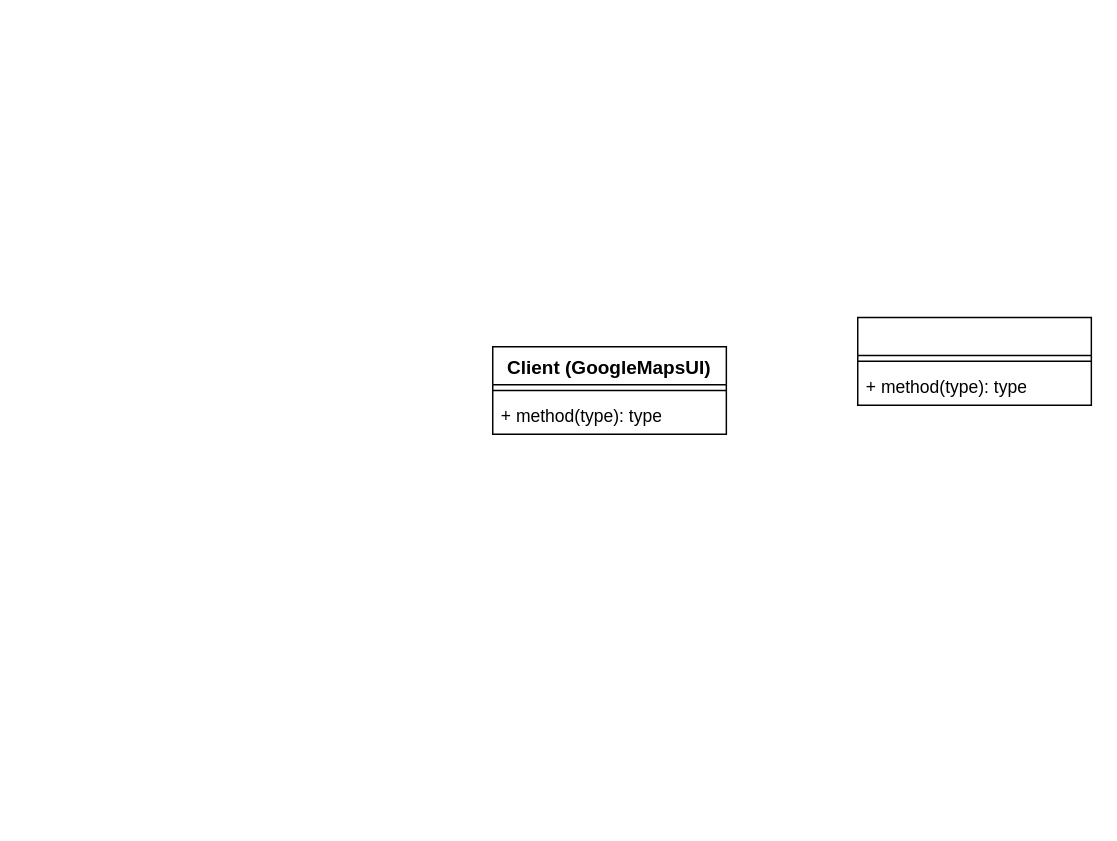
mervepakcan/Career-Path-App--Software-Development-Project- keeps this draw.io diagram as Facade_Design_Pattern_Google.drawio. Above is the earlier version. Source tidied: cells renumbered, new cells numbered last; positions are measured from the earlier drawing's top-left corner, leaving out a move shared by most shapes. Both pictures are drawn from the tidied source at 146%, with x=0, y=0 at pixel (492, 317).
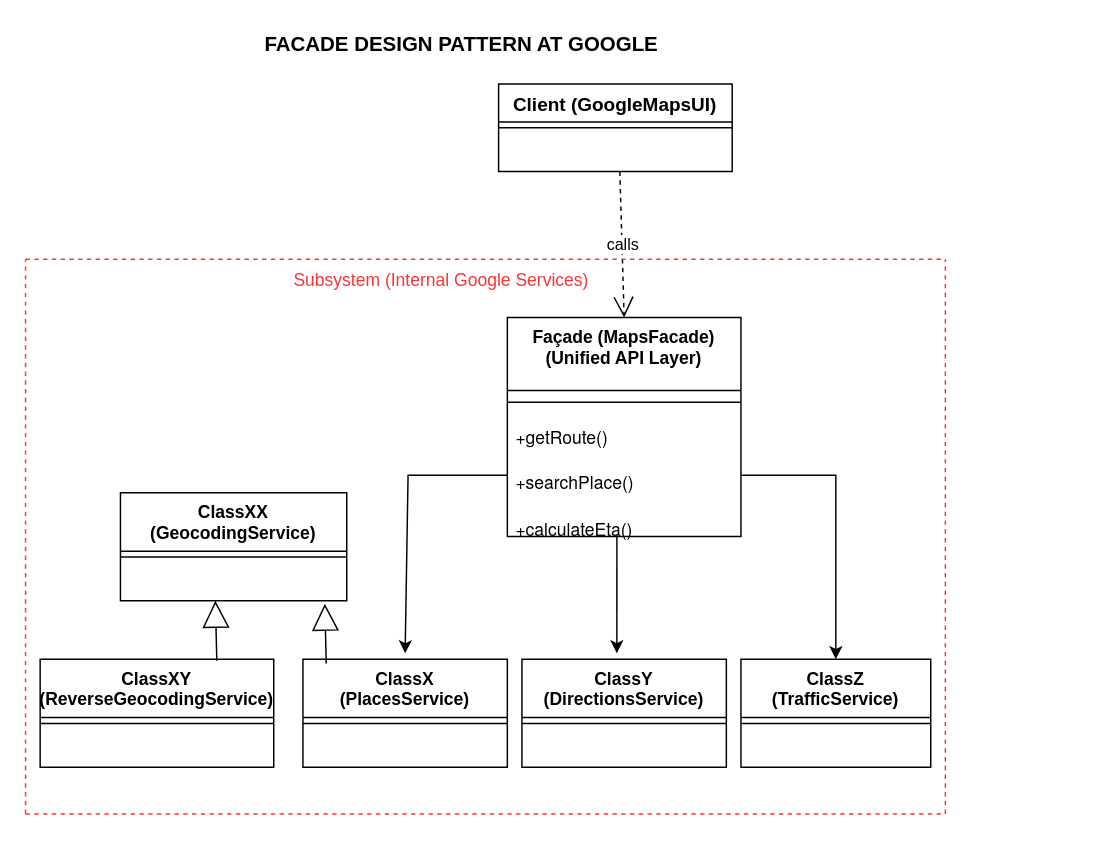
The same diagram, later.

What changed in the source:
```diff
@@
     <mxCell id="2" value="&lt;span style=&quot;text-align: start;&quot;&gt;&lt;font style=&quot;font-size: 13px;&quot;&gt;Client (GoogleMapsUI)&lt;/font&gt;&lt;/span&gt;" style="swimlane;fontStyle=1;align=center;verticalAlign=top;horizontal=1;startSize=26;whiteSpace=wrap;html=1;" parent="1" vertex="1">
-      <mxGeometry y="20" width="160" height="60" as="geometry" />
+      <mxGeometry x="4" y="-160" width="160" height="60" as="geometry" />
     </mxCell>
@@
-    <mxCell id="4" value="+ method(type): type" style="text;strokeColor=none;fillColor=none;align=left;verticalAlign=top;spacingLeft=4;spacingRight=4;overflow=hidden;points=[[0,0.5],[1,0.5]];portConstraint=eastwest;whiteSpace=wrap;html=1;" parent="2" vertex="1">
+    <mxCell id="4" value="&amp;nbsp; &amp;nbsp; &amp;nbsp; &amp;nbsp; &amp;nbsp; &amp;nbsp;&amp;nbsp;" style="text;strokeColor=none;fillColor=none;align=left;verticalAlign=top;spacingLeft=4;spacingRight=4;overflow=hidden;points=[[0,0.5],[1,0.5]];portConstraint=eastwest;whiteSpace=wrap;html=1;" parent="2" vertex="1">
       <mxGeometry y="34" width="160" height="26" as="geometry" />
     </mxCell>
-    <mxCell id="5" style="swimlane;fontStyle=1;align=center;verticalAlign=top;horizontal=1;startSize=26;whiteSpace=wrap;html=1;" parent="1" vertex="1">
-      <mxGeometry x="250" width="160" height="60" as="geometry" />
+    <mxCell id="5" value="Façade (MapsFacade)&lt;div&gt;&lt;span style=&quot;text-align: start;&quot;&gt;&lt;font&gt;(Unified API Layer)&lt;/font&gt;&lt;/span&gt;&lt;br&gt;&lt;/div&gt;" style="swimlane;fontStyle=1;align=center;verticalAlign=top;horizontal=1;startSize=50;whiteSpace=wrap;html=1;" parent="1" vertex="1">
+      <mxGeometry x="10" width="160" height="150" as="geometry" />
     </mxCell>
     <mxCell id="6" style="line;strokeWidth=1;fillColor=none;align=left;verticalAlign=middle;spacingTop=-1;spacingLeft=3;spacingRight=3;labelPosition=right;strokeColor=inherit;" parent="5" vertex="1">
-      <mxGeometry y="26" width="160" height="8" as="geometry" />
+      <mxGeometry y="50" width="160" height="16" as="geometry" />
     </mxCell>
-    <mxCell id="7" value="+ method(type): type" style="text;strokeColor=none;fillColor=none;align=left;verticalAlign=top;spacingLeft=4;spacingRight=4;overflow=hidden;points=[[0,0.5],[1,0.5]];portConstraint=eastwest;whiteSpace=wrap;html=1;" parent="5" vertex="1">
-      <mxGeometry y="34" width="160" height="26" as="geometry" />
+    <mxCell id="7" value="&lt;p style=&quot;margin: 0px; font-style: normal; font-variant-caps: normal; font-width: normal; line-height: normal; font-family: &amp;quot;Helvetica Neue&amp;quot;; font-size-adjust: none; font-kerning: auto; font-variant-alternates: normal; font-variant-ligatures: normal; font-variant-numeric: normal; font-variant-east-asian: normal; font-variant-position: normal; font-feature-settings: normal; font-optical-sizing: auto; font-variation-settings: normal;&quot;&gt;&lt;font&gt;+getRoute()&lt;/font&gt;&lt;/p&gt;&lt;font&gt;&lt;br&gt;&lt;/font&gt;&lt;p style=&quot;margin: 0px; font-style: normal; font-variant-caps: normal; font-width: normal; line-height: normal; font-family: &amp;quot;Helvetica Neue&amp;quot;; font-size-adjust: none; font-kerning: auto; font-variant-alternates: normal; font-variant-ligatures: normal; font-variant-numeric: normal; font-variant-east-asian: normal; font-variant-position: normal; font-feature-settings: normal; font-optical-sizing: auto; font-variation-settings: normal;&quot;&gt;&lt;font&gt;+searchPlace()&lt;/font&gt;&lt;/p&gt;&lt;font&gt;&lt;br&gt;&lt;/font&gt;&lt;p style=&quot;margin: 0px; font-style: normal; font-variant-caps: normal; font-width: normal; line-height: normal; font-family: &amp;quot;Helvetica Neue&amp;quot;; font-size-adjust: none; font-kerning: auto; font-variant-alternates: normal; font-variant-ligatures: normal; font-variant-numeric: normal; font-variant-east-asian: normal; font-variant-position: normal; font-feature-settings: normal; font-optical-sizing: auto; font-variation-settings: normal;&quot;&gt;&lt;font&gt;+calculateEta()&lt;/font&gt;&lt;/p&gt;&lt;div&gt;&lt;br&gt;&lt;/div&gt;" style="text;strokeColor=none;fillColor=none;align=left;verticalAlign=top;spacingLeft=4;spacingRight=4;overflow=hidden;points=[[0,0.5],[1,0.5]];portConstraint=eastwest;whiteSpace=wrap;html=1;" parent="5" vertex="1">
+      <mxGeometry y="66" width="160" height="84" as="geometry" />
     </mxCell>
+    <mxCell id="8" value="calls" style="endArrow=open;endSize=12;dashed=1;html=1;rounded=0;exitX=0.519;exitY=1;exitDx=0;exitDy=0;exitPerimeter=0;entryX=0.5;entryY=0;entryDx=0;entryDy=0;" parent="1" edge="1" source="4" target="5">
+      <mxGeometry relative="1" as="geometry" />
+    </mxCell>
+    <mxCell id="9" style="endArrow=none;dashed=1;html=1;rounded=0;strokeColor=light-dark(#ff4013, #ededed);" parent="1" edge="1">
+      <mxGeometry relative="1" as="geometry">
+        <mxPoint x="-320" y="340" as="sourcePoint" />
+        <mxPoint x="-320" y="-40" as="targetPoint" />
+      </mxGeometry>
+    </mxCell>
+    <mxCell id="10" style="endArrow=none;dashed=1;html=1;rounded=0;strokeColor=#FF3333;" parent="1" edge="1">
+      <mxGeometry relative="1" as="geometry">
+        <mxPoint x="-320" y="-40" as="sourcePoint" />
+        <mxPoint x="310" y="-40" as="targetPoint" />
+      </mxGeometry>
+    </mxCell>
+    <mxCell id="11" style="endArrow=none;dashed=1;html=1;rounded=0;strokeColor=#FF3333;" parent="1" edge="1">
+      <mxGeometry relative="1" as="geometry">
+        <mxPoint x="310" y="340" as="sourcePoint" />
+        <mxPoint x="310" y="-40" as="targetPoint" />
+      </mxGeometry>
+    </mxCell>
+    <mxCell id="12" style="endArrow=none;dashed=1;html=1;rounded=0;strokeColor=#FF3333;" parent="1" edge="1">
+      <mxGeometry relative="1" as="geometry">
+        <mxPoint x="-320" y="340" as="sourcePoint" />
+        <mxPoint x="310" y="340" as="targetPoint" />
+      </mxGeometry>
+    </mxCell>
+    <mxCell id="13" value="&lt;span style=&quot;color: rgb(255, 51, 51);&quot;&gt;Subsystem (Internal Google Services)&lt;/span&gt;" style="text;html=1;whiteSpace=wrap;strokeColor=none;fillColor=none;align=center;verticalAlign=middle;rounded=0;" parent="1" vertex="1">
+      <mxGeometry x="-150" y="-50" width="230" height="50" as="geometry" />
+    </mxCell>
+    <mxCell id="14" value="&lt;font&gt;&lt;span style=&quot;text-align: start;&quot;&gt;ClassXX (&lt;/span&gt;&lt;strong style=&quot;text-align: start;&quot;&gt;GeocodingService)&lt;/strong&gt;&lt;/font&gt;" style="swimlane;fontStyle=1;align=center;verticalAlign=top;horizontal=1;startSize=40;whiteSpace=wrap;html=1;" parent="1" vertex="1">
+      <mxGeometry x="-255" y="120" width="155" height="74" as="geometry" />
+    </mxCell>
+    <mxCell id="15" style="line;strokeWidth=1;fillColor=none;align=left;verticalAlign=middle;spacingTop=-1;spacingLeft=3;spacingRight=3;labelPosition=right;strokeColor=inherit;" parent="14" vertex="1">
+      <mxGeometry y="40" width="155" height="8" as="geometry" />
+    </mxCell>
+    <mxCell id="16" value="&amp;nbsp; &amp;nbsp; &amp;nbsp; &amp;nbsp; &amp;nbsp; &amp;nbsp;&amp;nbsp;" style="text;strokeColor=none;fillColor=none;align=left;verticalAlign=top;spacingLeft=4;spacingRight=4;overflow=hidden;points=[[0,0.5],[1,0.5]];portConstraint=eastwest;whiteSpace=wrap;html=1;" parent="14" vertex="1">
+      <mxGeometry y="48" width="155" height="26" as="geometry" />
+    </mxCell>
+    <mxCell id="17" value="&lt;span style=&quot;text-align: start;&quot;&gt;ClassXY (&lt;/span&gt;&lt;strong style=&quot;text-align: start;&quot;&gt;&lt;strong&gt;ReverseGeocodingService&lt;/strong&gt;)&lt;/strong&gt;" style="swimlane;fontStyle=1;align=center;verticalAlign=top;horizontal=1;startSize=40;whiteSpace=wrap;html=1;" parent="1" vertex="1">
+      <mxGeometry x="-310" y="234" width="160" height="74" as="geometry" />
+    </mxCell>
+    <mxCell id="18" style="line;strokeWidth=1;fillColor=none;align=left;verticalAlign=middle;spacingTop=-1;spacingLeft=3;spacingRight=3;labelPosition=right;strokeColor=inherit;" parent="17" vertex="1">
+      <mxGeometry y="40" width="160" height="8" as="geometry" />
+    </mxCell>
+    <mxCell id="19" value="&amp;nbsp; &amp;nbsp; &amp;nbsp; &amp;nbsp; &amp;nbsp; &amp;nbsp;&amp;nbsp;" style="text;strokeColor=none;fillColor=none;align=left;verticalAlign=top;spacingLeft=4;spacingRight=4;overflow=hidden;whiteSpace=wrap;html=1;" parent="17" vertex="1">
+      <mxGeometry y="48" width="160" height="26" as="geometry" />
+    </mxCell>
+    <mxCell id="20" value="&lt;span style=&quot;&quot;&gt;ClassX&lt;/span&gt;&lt;div&gt;&lt;span style=&quot;&quot;&gt;(&lt;/span&gt;&lt;strong style=&quot;&quot;&gt;PlacesService&lt;/strong&gt;&lt;strong style=&quot;&quot;&gt;)&lt;/strong&gt;&lt;/div&gt;" style="swimlane;fontStyle=1;align=center;verticalAlign=top;horizontal=1;startSize=40;whiteSpace=wrap;html=1;" parent="1" vertex="1">
+      <mxGeometry x="-130" y="234" width="140" height="74" as="geometry" />
+    </mxCell>
+    <mxCell id="21" style="line;strokeWidth=1;fillColor=none;align=left;verticalAlign=middle;spacingTop=-1;spacingLeft=3;spacingRight=3;labelPosition=right;strokeColor=inherit;" parent="20" vertex="1">
+      <mxGeometry y="40" width="140" height="8" as="geometry" />
+    </mxCell>
+    <mxCell id="22" value="&amp;nbsp; &amp;nbsp; &amp;nbsp; &amp;nbsp; &amp;nbsp; &amp;nbsp;&amp;nbsp;" style="text;strokeColor=none;fillColor=none;align=left;verticalAlign=top;spacingLeft=4;spacingRight=4;overflow=hidden;whiteSpace=wrap;html=1;" parent="20" vertex="1">
+      <mxGeometry y="48" width="140" height="26" as="geometry" />
+    </mxCell>
+    <mxCell id="23" value="ClassZ&lt;div&gt;(&lt;strong style=&quot;text-align: start;&quot;&gt;TrafficService&lt;/strong&gt;&lt;strong&gt;)&lt;/strong&gt;&lt;/div&gt;" style="swimlane;fontStyle=1;align=center;verticalAlign=top;horizontal=1;startSize=40;whiteSpace=wrap;html=1;" parent="1" vertex="1">
+      <mxGeometry x="170" y="234" width="130" height="74" as="geometry" />
+    </mxCell>
+    <mxCell id="24" style="line;strokeWidth=1;fillColor=none;align=left;verticalAlign=middle;spacingTop=-1;spacingLeft=3;spacingRight=3;labelPosition=right;strokeColor=inherit;" parent="23" vertex="1">
+      <mxGeometry y="40" width="130" height="8" as="geometry" />
+    </mxCell>
+    <mxCell id="25" value="&amp;nbsp; &amp;nbsp; &amp;nbsp; &amp;nbsp; &amp;nbsp; &amp;nbsp;&amp;nbsp;" style="text;strokeColor=none;fillColor=none;align=left;verticalAlign=top;spacingLeft=4;spacingRight=4;overflow=hidden;whiteSpace=wrap;html=1;" parent="23" vertex="1">
+      <mxGeometry y="48" width="130" height="26" as="geometry" />
+    </mxCell>
+    <mxCell id="26" value="ClassY&lt;div&gt;(&lt;strong style=&quot;text-align: start;&quot;&gt;Directions&lt;/strong&gt;&lt;strong&gt;Service&lt;/strong&gt;&lt;strong&gt;)&lt;/strong&gt;&lt;/div&gt;" style="swimlane;fontStyle=1;align=center;verticalAlign=top;horizontal=1;startSize=40;whiteSpace=wrap;html=1;" parent="1" vertex="1">
+      <mxGeometry x="20" y="234" width="140" height="74" as="geometry" />
+    </mxCell>
+    <mxCell id="27" style="line;strokeWidth=1;fillColor=none;align=left;verticalAlign=middle;spacingTop=-1;spacingLeft=3;spacingRight=3;labelPosition=right;strokeColor=inherit;" parent="26" vertex="1">
+      <mxGeometry y="40" width="140" height="8" as="geometry" />
+    </mxCell>
+    <mxCell id="28" value="&amp;nbsp; &amp;nbsp; &amp;nbsp; &amp;nbsp; &amp;nbsp; &amp;nbsp;&amp;nbsp;" style="text;strokeColor=none;fillColor=none;align=left;verticalAlign=top;spacingLeft=4;spacingRight=4;overflow=hidden;whiteSpace=wrap;html=1;" parent="26" vertex="1">
+      <mxGeometry y="48" width="140" height="26" as="geometry" />
+    </mxCell>
+    <mxCell id="29" style="endArrow=classic;html=1;rounded=0;exitX=0;exitY=0.5;exitDx=0;exitDy=0;" parent="1" edge="1" source="7">
+      <mxGeometry relative="1" as="geometry">
+        <mxPoint x="-60" y="230" as="targetPoint" />
+        <Array as="points">
+          <mxPoint x="-58" y="108" />
+        </Array>
+      </mxGeometry>
+    </mxCell>
+    <mxCell id="30" style="endArrow=classic;html=1;rounded=0;exitX=0.469;exitY=0.988;exitDx=0;exitDy=0;exitPerimeter=0;" parent="1" edge="1" source="7">
+      <mxGeometry relative="1" as="geometry">
+        <mxPoint x="85" y="230" as="targetPoint" />
+      </mxGeometry>
+    </mxCell>
+    <mxCell id="31" style="endArrow=classic;html=1;rounded=0;exitX=1;exitY=0.5;exitDx=0;exitDy=0;entryX=0.5;entryY=0;entryDx=0;entryDy=0;" parent="1" edge="1" source="7" target="23">
+      <mxGeometry relative="1" as="geometry">
+        <Array as="points">
+          <mxPoint x="235" y="108" />
+        </Array>
+      </mxGeometry>
+    </mxCell>
+    <mxCell id="32" style="endArrow=block;endSize=16;endFill=0;html=1;rounded=0;exitX=0.114;exitY=0.041;exitDx=0;exitDy=0;exitPerimeter=0;entryX=0.903;entryY=1.077;entryDx=0;entryDy=0;entryPerimeter=0;" parent="1" edge="1" source="20" target="16">
+      <mxGeometry relative="1" as="geometry" />
+    </mxCell>
+    <mxCell id="33" style="endArrow=block;endSize=16;endFill=0;html=1;rounded=0;exitX=0.114;exitY=0.041;exitDx=0;exitDy=0;exitPerimeter=0;entryX=0.903;entryY=1.077;entryDx=0;entryDy=0;entryPerimeter=0;" parent="1" edge="1">
+      <mxGeometry relative="1" as="geometry">
+        <mxPoint x="-189" y="235" as="sourcePoint" />
+        <mxPoint x="-190" y="194" as="targetPoint" />
+      </mxGeometry>
+    </mxCell>
+    <mxCell id="34" value="&lt;font style=&quot;font-size: 14px;&quot;&gt;FACADE DESIGN PATTERN AT GOOGLE&lt;/font&gt;&amp;nbsp;" style="text;align=center;fontStyle=1;verticalAlign=middle;spacingLeft=3;spacingRight=3;strokeColor=none;html=1;" parent="1" vertex="1">
+      <mxGeometry x="-60" y="-200" width="80" height="26" as="geometry" />
+    </mxCell>
```
